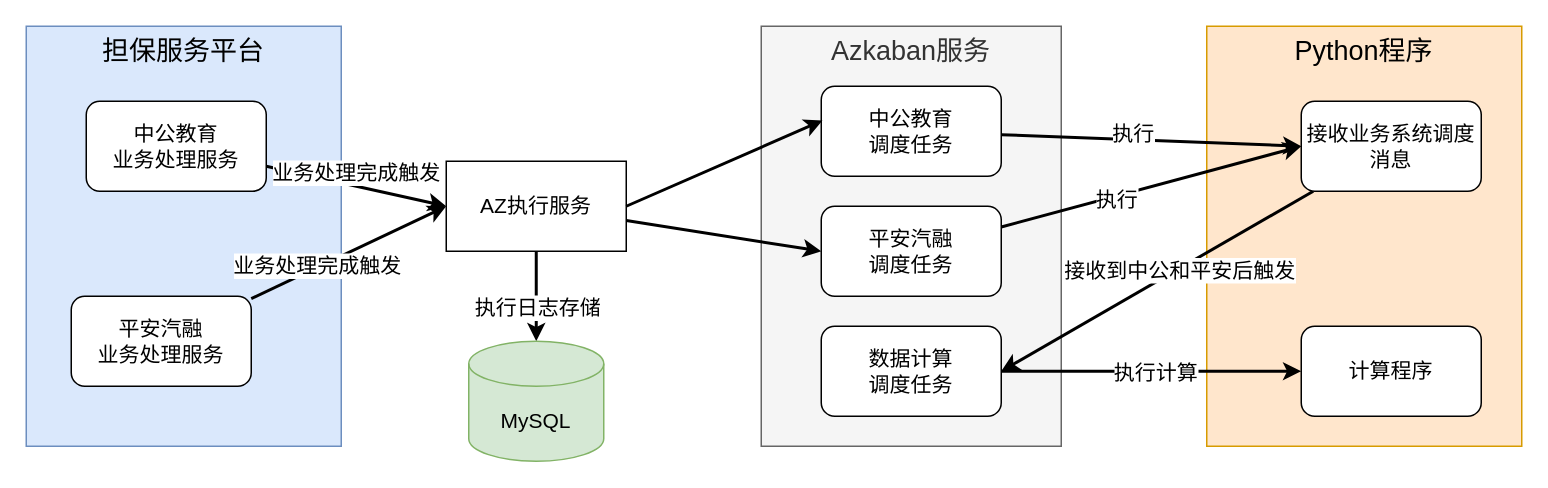
Before: page "第 19 页" (19 of 19) of work.drawio in starzy1990/diagrams, a draw.io diagram. Source tidied: cells renumbered, new cells numbered last; positions are measured from the earlier drawing's top-left corner, leaving out a move shared by most shapes. Both pictures are drawn from the tidied source at 150%, with x=0, y=0 at pixel (26, 26).
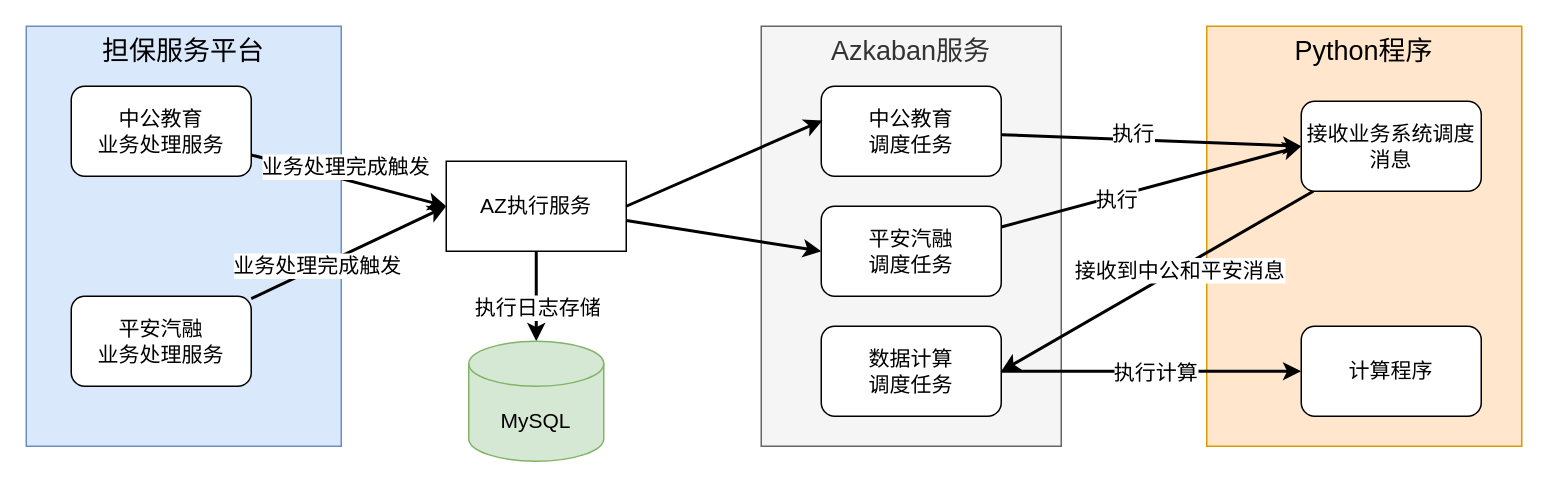
Above is the later version.

Unchanged cells that the change refers to:
```xml
<mxCell id="17" style="edgeStyle=none;rounded=0;jettySize=auto;html=1;entryX=1;entryY=0.5;entryDx=0;entryDy=0;fontSize=14;strokeWidth=2;" parent="1" edge="1" source="19" target="15">
  <mxGeometry relative="1" as="geometry" />
</mxCell>
```

Change to the diagram source:
```diff
@@
     <mxCell id="5" value="中公教育&lt;br&gt;业务处理服务" style="rounded=1;whiteSpace=wrap;html=1;fontSize=14;" parent="1" vertex="1">
-      <mxGeometry x="40" y="50" width="120" height="60" as="geometry" />
+      <mxGeometry x="30" y="40" width="120" height="60" as="geometry" />
     </mxCell>
@@
-    <mxCell id="18" value="接收到中公和平安后触发" style="edgeLabel;html=1;align=center;verticalAlign=middle;fontSize=14;" parent="17" vertex="1">
+    <mxCell id="18" value="接收到中公和平安消息" style="edgeLabel;html=1;align=center;verticalAlign=middle;fontSize=14;" parent="17" vertex="1">
       <mxGeometry x="-0.13" y="1" relative="1" as="geometry" />
     </mxCell>
```
